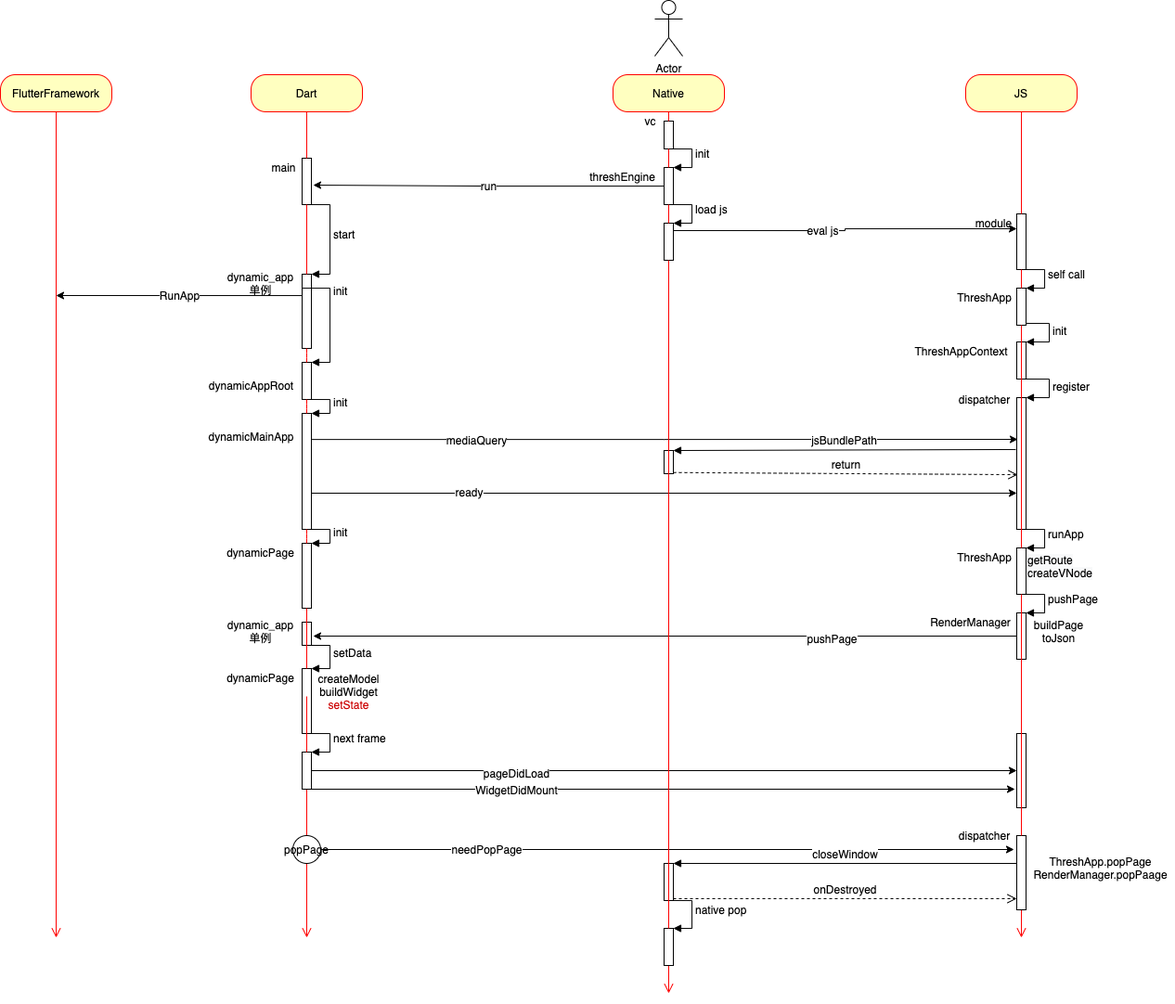
Before: flutter/thresh UML.png, a diagram exported from draw.io (JD-Tang/flutter_uml). Source tidied: cells renumbered, new cells last; positions are measured from the earlier drawing's top-left corner, leaving out a move shared by most shapes.
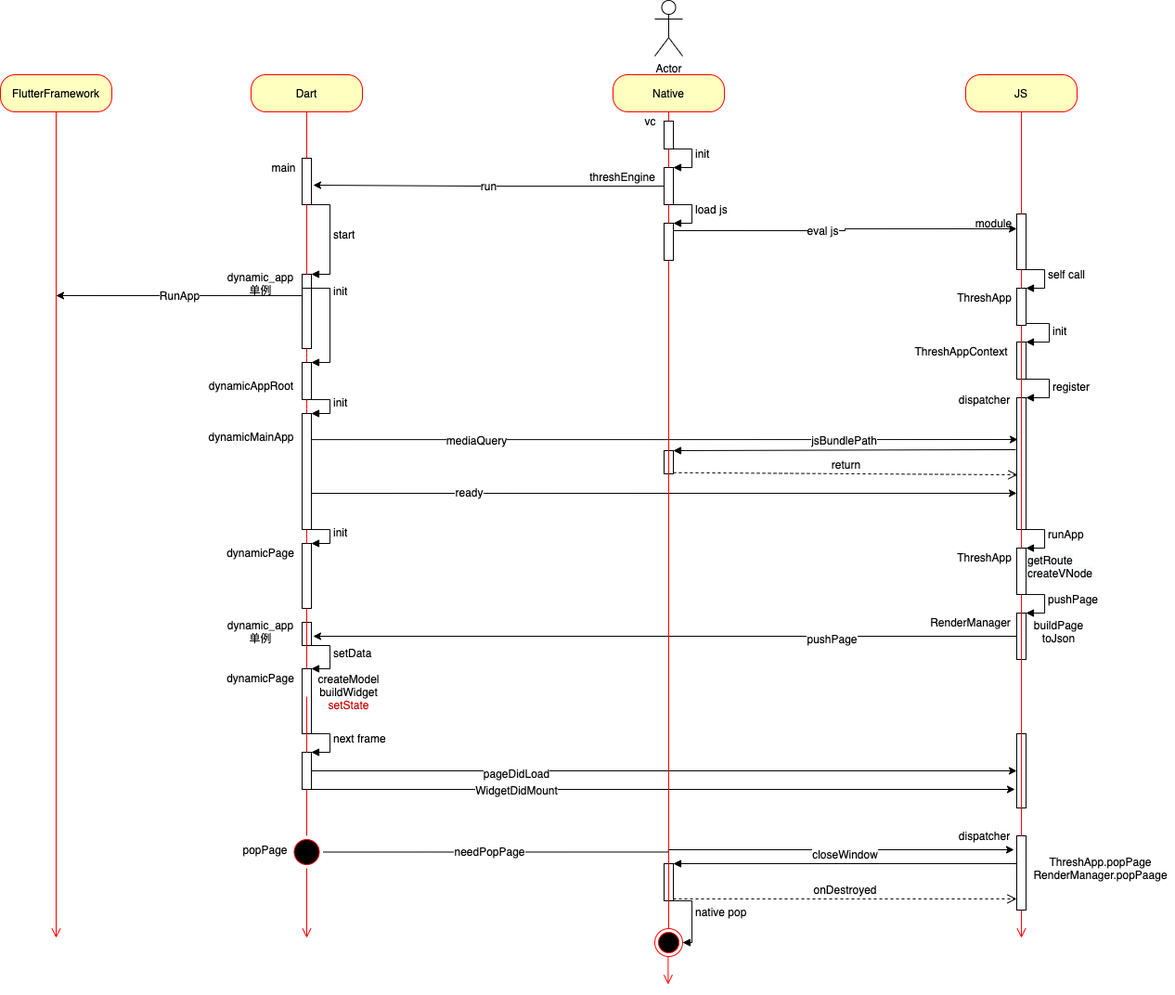
After the commit.

What changed in the source:
```diff
@@ -5,9 +5,10 @@
     <mxCell id="2" value="Native" style="rounded=1;whiteSpace=wrap;html=1;arcSize=40;fontColor=#000000;fillColor=#ffffc0;strokeColor=#ff0000;" parent="1" vertex="1">
       <mxGeometry x="660" y="80" width="120" height="40" as="geometry" />
     </mxCell>
-    <mxCell id="3" style="edgeStyle=orthogonalEdgeStyle;html=1;verticalAlign=bottom;endArrow=open;endSize=8;strokeColor=#ff0000;startArrow=none;" parent="1" edge="1" source="104">
+    <mxCell id="3" style="edgeStyle=orthogonalEdgeStyle;html=1;verticalAlign=bottom;endArrow=open;endSize=8;strokeColor=#ff0000;startArrow=none;" parent="1" edge="1">
       <mxGeometry relative="1" as="geometry">
-        <mxPoint x="720" y="1070" as="targetPoint" />
+        <mxPoint x="719.4" y="1030" as="sourcePoint" />
+        <mxPoint x="719.4" y="1060" as="targetPoint" />
       </mxGeometry>
     </mxCell>
     <mxCell id="4" style="html=1;points=[];perimeter=orthogonalPerimeter;" parent="1" vertex="1">
@@ -19,7 +20,7 @@
     <mxCell id="6" value="Dart" style="rounded=1;whiteSpace=wrap;html=1;arcSize=40;fontColor=#000000;fillColor=#ffffc0;strokeColor=#ff0000;" parent="1" vertex="1">
       <mxGeometry x="270" y="80" width="120" height="40" as="geometry" />
     </mxCell>
-    <mxCell id="7" style="edgeStyle=orthogonalEdgeStyle;html=1;verticalAlign=bottom;endArrow=open;endSize=8;strokeColor=#ff0000;startArrow=none;" parent="1" edge="1" source="88">
+    <mxCell id="7" style="edgeStyle=orthogonalEdgeStyle;html=1;verticalAlign=bottom;endArrow=open;endSize=8;strokeColor=#ff0000;startArrow=none;" parent="1" edge="1" source="106">
       <mxGeometry relative="1" as="geometry">
         <mxPoint x="330" y="1010" as="targetPoint" />
       </mxGeometry>
@@ -366,7 +367,7 @@
     <mxCell id="92" style="html=1;points=[];perimeter=orthogonalPerimeter;" parent="1" vertex="1">
       <mxGeometry x="1095" y="790" width="10" height="80" as="geometry" />
     </mxCell>
-    <mxCell id="93" style="edgeStyle=orthogonalEdgeStyle;rounded=0;jettySize=auto;html=1;" parent="1" edge="1" source="95">
+    <mxCell id="93" style="edgeStyle=orthogonalEdgeStyle;rounded=0;jettySize=auto;html=1;exitX=1;exitY=0.5;exitDx=0;exitDy=0;" parent="1" edge="1" source="106">
       <mxGeometry relative="1" as="geometry">
         <mxPoint x="1092" y="915" as="targetPoint" />
       </mxGeometry>
@@ -374,9 +375,6 @@
     <mxCell id="94" value="needPopPage" style="edgeLabel;html=1;align=center;verticalAlign=middle;" parent="93" vertex="1">
       <mxGeometry x="-0.52" y="1" relative="1" as="geometry" />
     </mxCell>
-    <mxCell id="95" value="popPage" style="ellipse;fillColor=#ffffff;strokeColor=#000000;" parent="1" vertex="1">
-      <mxGeometry x="315" y="900" width="30" height="30" as="geometry" />
-    </mxCell>
     <mxCell id="96" style="html=1;points=[];perimeter=orthogonalPerimeter;" parent="1" vertex="1">
       <mxGeometry x="1095" y="900" width="10" height="80" as="geometry" />
     </mxCell>
@@ -398,19 +396,31 @@
     <mxCell id="102" value="onDestroyed" style="html=1;verticalAlign=bottom;endArrow=open;dashed=1;endSize=8;exitX=1;exitY=0.95;" parent="1" edge="1" source="100" target="96">
       <mxGeometry relative="1" as="geometry" />
     </mxCell>
-    <mxCell id="103" value="native pop" style="edgeStyle=orthogonalEdgeStyle;html=1;align=left;spacingLeft=2;endArrow=block;rounded=0;entryX=1;entryY=0;" parent="1" edge="1" target="104">
+    <mxCell id="103" value="native pop" style="edgeStyle=orthogonalEdgeStyle;html=1;align=left;spacingLeft=2;endArrow=block;rounded=0;entryX=1;entryY=0.5;entryDx=0;entryDy=0;" parent="1" edge="1" target="108">
       <mxGeometry relative="1" as="geometry">
         <mxPoint x="715" y="970" as="sourcePoint" />
         <Array as="points">
           <mxPoint x="745" y="970" />
+          <mxPoint x="745" y="1015" />
         </Array>
       </mxGeometry>
     </mxCell>
-    <mxCell id="104" style="html=1;points=[];perimeter=orthogonalPerimeter;" parent="1" vertex="1">
-      <mxGeometry x="715" y="1000" width="10" height="40" as="geometry" />
-    </mxCell>
-    <mxCell id="105" style="edgeStyle=orthogonalEdgeStyle;html=1;verticalAlign=bottom;endArrow=none;endSize=8;strokeColor=#ff0000;startArrow=none;" parent="1" edge="1" source="49" target="104">
-      <mxGeometry relative="1" as="geometry" />
+    <mxCell id="105" style="edgeStyle=orthogonalEdgeStyle;html=1;verticalAlign=bottom;endArrow=none;endSize=8;strokeColor=#ff0000;startArrow=none;" parent="1" edge="1" source="49">
+      <mxGeometry relative="1" as="geometry">
+        <mxPoint x="720" y="1000" as="targetPoint" />
+      </mxGeometry>
     </mxCell>
+    <mxCell id="106" style="ellipse;html=1;shape=startState;fillColor=#000000;strokeColor=#ff0000;" parent="1" vertex="1">
+      <mxGeometry x="312.5" y="900" width="35" height="35" as="geometry" />
+    </mxCell>
+    <mxCell id="107" style="edgeStyle=orthogonalEdgeStyle;html=1;verticalAlign=bottom;endArrow=none;endSize=8;strokeColor=#ff0000;startArrow=none;" parent="1" edge="1" source="88" target="106">
+      <mxGeometry relative="1" as="geometry" />
+    </mxCell>
+    <mxCell id="95" value="popPage" style="text;html=1;align=center;verticalAlign=middle;points=[];strokeColor=none;" parent="1" vertex="1">
+      <mxGeometry x="255" y="905" width="60" height="20" as="geometry" />
+    </mxCell>
+    <mxCell id="108" style="ellipse;html=1;shape=endState;fillColor=#000000;strokeColor=#ff0000;" parent="1" vertex="1">
+      <mxGeometry x="705" y="1000" width="30" height="30" as="geometry" />
+    </mxCell>
   </root>
 </mxGraphModel>
```
